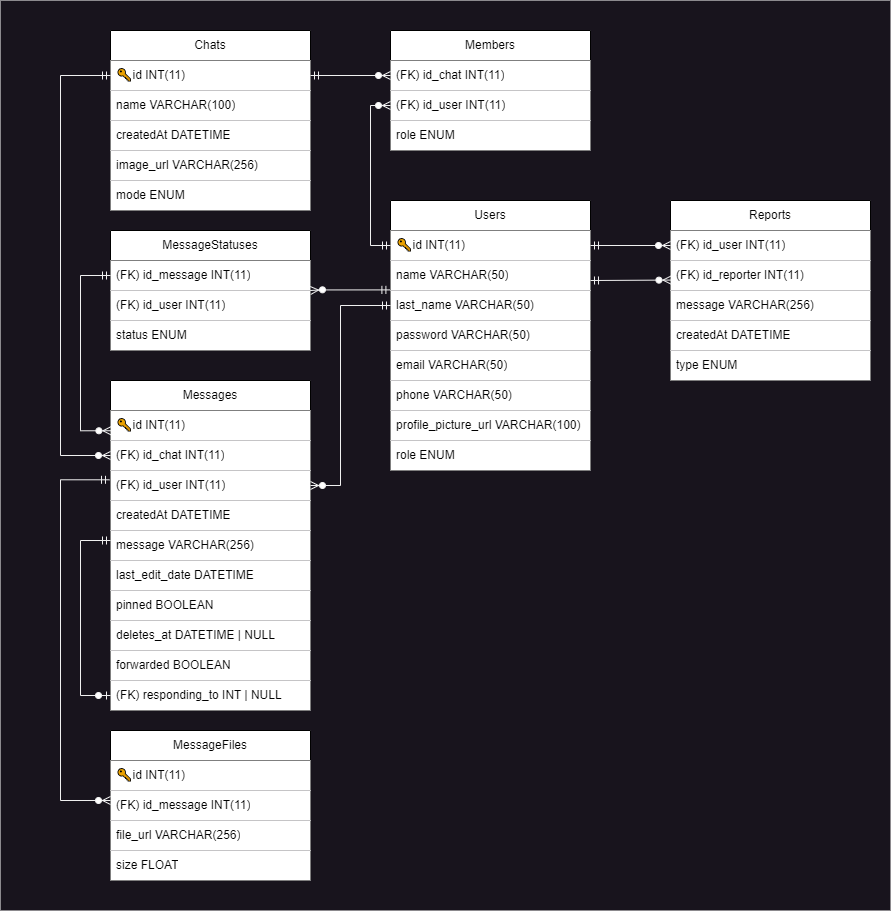
The draw.io diagram assets/RelationalSchema.png in benjahuenchunir/React_Madrid_backend, before a commit. Source tidied: cells renumbered, new cells last; positions are measured from the earlier drawing's top-left corner, leaving out a move shared by most shapes.
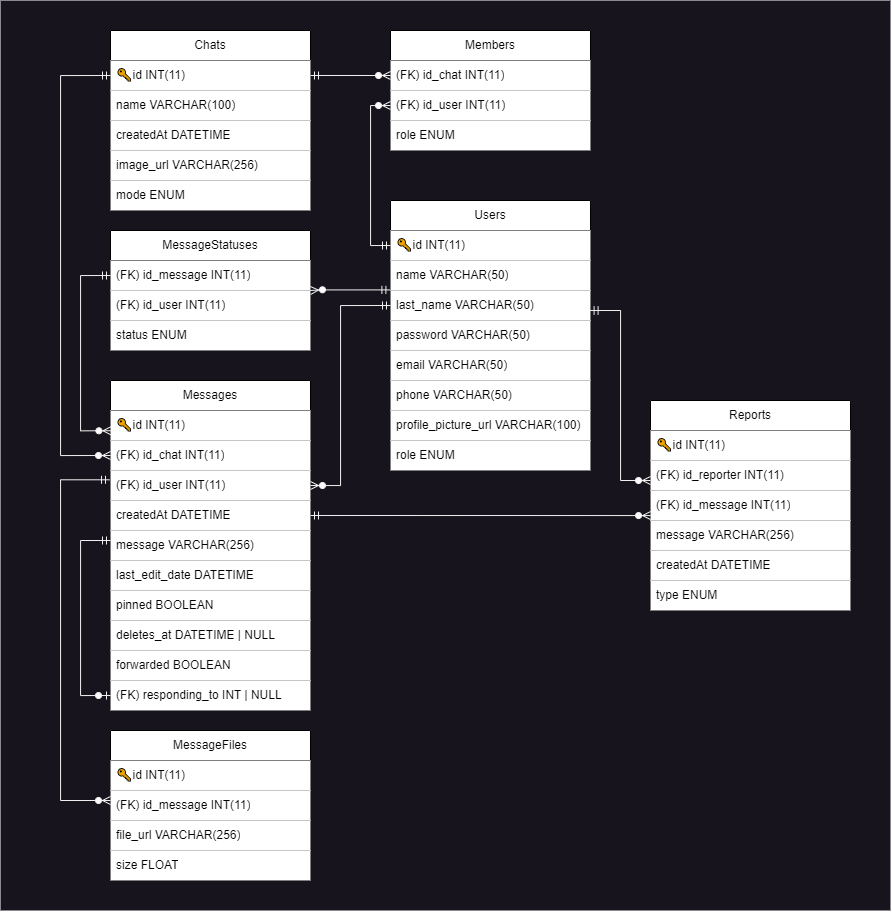
The same file after the commit.

Diff of the diagram source:
```diff
@@ -63,22 +63,25 @@
       <mxGeometry y="90" width="200" height="30" as="geometry" />
     </mxCell>
     <mxCell id="22" value="Reports" style="swimlane;fontStyle=0;horizontal=1;startSize=30;whiteSpace=wrap;html=1;" parent="1" vertex="1">
-      <mxGeometry x="670" y="200" width="200" height="180" as="geometry" />
+      <mxGeometry x="650" y="400" width="200" height="210" as="geometry" />
     </mxCell>
+    <mxCell id="58" value="🔑id INT(11)" style="text;strokeColor=none;fillColor=default;align=left;verticalAlign=middle;spacingLeft=4;spacingRight=4;overflow=hidden;whiteSpace=wrap;html=1;" parent="22" vertex="1">
+      <mxGeometry y="30" width="200" height="30" as="geometry" />
+    </mxCell>
+    <mxCell id="24" value="(FK)&amp;nbsp;id_reporter INT(11)" style="text;strokeColor=none;fillColor=default;align=left;verticalAlign=middle;spacingLeft=4;spacingRight=4;overflow=hidden;points=[[0,0.5],[1,0.5]];portConstraint=eastwest;whiteSpace=wrap;html=1;" parent="22" vertex="1">
+      <mxGeometry y="60" width="200" height="30" as="geometry" />
+    </mxCell>
-    <mxCell id="23" value="(FK)&amp;nbsp;id_user INT(11)" style="text;strokeColor=none;fillColor=default;align=left;verticalAlign=middle;spacingLeft=4;spacingRight=4;overflow=hidden;points=[[0,0.5],[1,0.5]];portConstraint=eastwest;whiteSpace=wrap;html=1;" parent="22" vertex="1">
-      <mxGeometry y="30" width="200" height="30" as="geometry" />
+    <mxCell id="23" value="(FK)&amp;nbsp;id_message INT(11)" style="text;strokeColor=none;fillColor=default;align=left;verticalAlign=middle;spacingLeft=4;spacingRight=4;overflow=hidden;points=[[0,0.5],[1,0.5]];portConstraint=eastwest;whiteSpace=wrap;html=1;" parent="22" vertex="1">
+      <mxGeometry y="90" width="200" height="30" as="geometry" />
     </mxCell>
-    <mxCell id="24" value="(FK)&amp;nbsp;id_reporter INT(11)" style="text;strokeColor=none;fillColor=default;align=left;verticalAlign=middle;spacingLeft=4;spacingRight=4;overflow=hidden;points=[[0,0.5],[1,0.5]];portConstraint=eastwest;whiteSpace=wrap;html=1;" parent="22" vertex="1">
-      <mxGeometry y="60" width="200" height="30" as="geometry" />
-    </mxCell>
     <mxCell id="25" value="message VARCHAR(256)" style="text;strokeColor=none;fillColor=default;align=left;verticalAlign=middle;spacingLeft=4;spacingRight=4;overflow=hidden;whiteSpace=wrap;html=1;" parent="22" vertex="1">
-      <mxGeometry y="90" width="200" height="30" as="geometry" />
+      <mxGeometry y="120" width="200" height="30" as="geometry" />
     </mxCell>
     <mxCell id="26" value="createdAt DATETIME" style="text;strokeColor=none;fillColor=default;align=left;verticalAlign=middle;spacingLeft=4;spacingRight=4;overflow=hidden;whiteSpace=wrap;html=1;" parent="22" vertex="1">
-      <mxGeometry y="120" width="200" height="30" as="geometry" />
+      <mxGeometry y="150" width="200" height="30" as="geometry" />
     </mxCell>
     <mxCell id="27" value="type ENUM" style="text;strokeColor=none;fillColor=default;align=left;verticalAlign=middle;spacingLeft=4;spacingRight=4;overflow=hidden;whiteSpace=wrap;html=1;" parent="22" vertex="1">
-      <mxGeometry y="150" width="200" height="30" as="geometry" />
+      <mxGeometry y="180" width="200" height="30" as="geometry" />
     </mxCell>
     <mxCell id="28" value="Messages" style="swimlane;fontStyle=0;horizontal=1;startSize=30;whiteSpace=wrap;html=1;" parent="1" vertex="1">
       <mxGeometry x="110" y="380" width="200" height="330" as="geometry" />
@@ -176,13 +179,11 @@
         </Array>
       </mxGeometry>
     </mxCell>
-    <mxCell id="50" style="fontSize=12;html=1;endArrow=ERzeroToMany;startArrow=ERmandOne;rounded=0;strokeColor=#F0F0F0;edgeStyle=orthogonalEdgeStyle;elbow=vertical;entryX=0;entryY=0.5;entryDx=0;entryDy=0;exitX=1;exitY=0.5;exitDx=0;exitDy=0;" parent="1" edge="1" source="4" target="23">
-      <mxGeometry relative="1" as="geometry" />
-    </mxCell>
-    <mxCell id="51" style="fontSize=12;html=1;endArrow=ERzeroToMany;startArrow=ERmandOne;rounded=0;strokeColor=#F0F0F0;edgeStyle=orthogonalEdgeStyle;elbow=vertical;entryX=0.002;entryY=0.649;entryDx=0;entryDy=0;exitX=1;exitY=0.667;exitDx=0;exitDy=0;exitPerimeter=0;entryPerimeter=0;" parent="1" edge="1" source="5" target="24">
+    <mxCell id="51" style="fontSize=12;html=1;endArrow=ERzeroToMany;startArrow=ERmandOne;rounded=0;strokeColor=#F0F0F0;edgeStyle=orthogonalEdgeStyle;elbow=vertical;exitX=1;exitY=0.5;exitDx=0;exitDy=0;" parent="1" edge="1" source="32">
       <mxGeometry relative="1" as="geometry">
+        <mxPoint x="650" y="515" as="targetPoint" />
         <Array as="points">
-          <mxPoint x="670" y="280" />
+          <mxPoint x="650" y="515" />
         </Array>
       </mxGeometry>
     </mxCell>
@@ -209,5 +210,15 @@
         </Array>
       </mxGeometry>
     </mxCell>
+    <mxCell id="59" style="fontSize=12;html=1;endArrow=ERzeroToMany;startArrow=ERmandOne;rounded=0;strokeColor=#F0F0F0;edgeStyle=orthogonalEdgeStyle;elbow=vertical;exitX=1;exitY=0.667;exitDx=0;exitDy=0;exitPerimeter=0;" parent="1" edge="1">
+      <mxGeometry relative="1" as="geometry">
+        <mxPoint x="589.6" y="310" as="sourcePoint" />
+        <mxPoint x="650" y="480" as="targetPoint" />
+        <Array as="points">
+          <mxPoint x="620" y="310" />
+          <mxPoint x="620" y="480" />
+        </Array>
+      </mxGeometry>
+    </mxCell>
   </root>
 </mxGraphModel>
```
